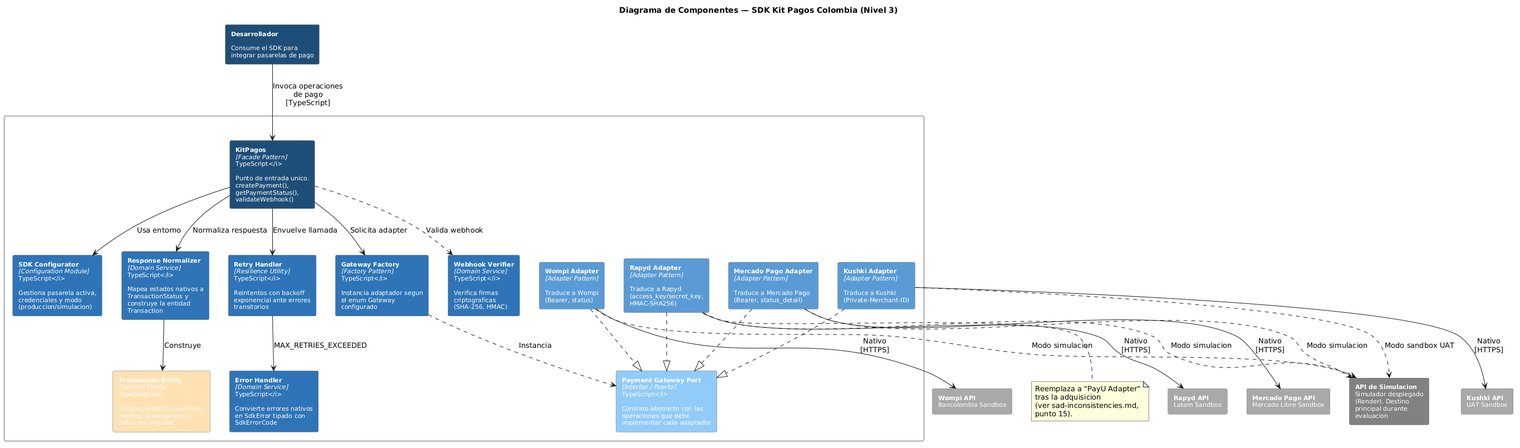
The PlantUML diagram docs/architecture/SDK/Component Diagram - C4.png in PurosBrothers/Kit-Pagos-Colombia---Tesis, before a commit.
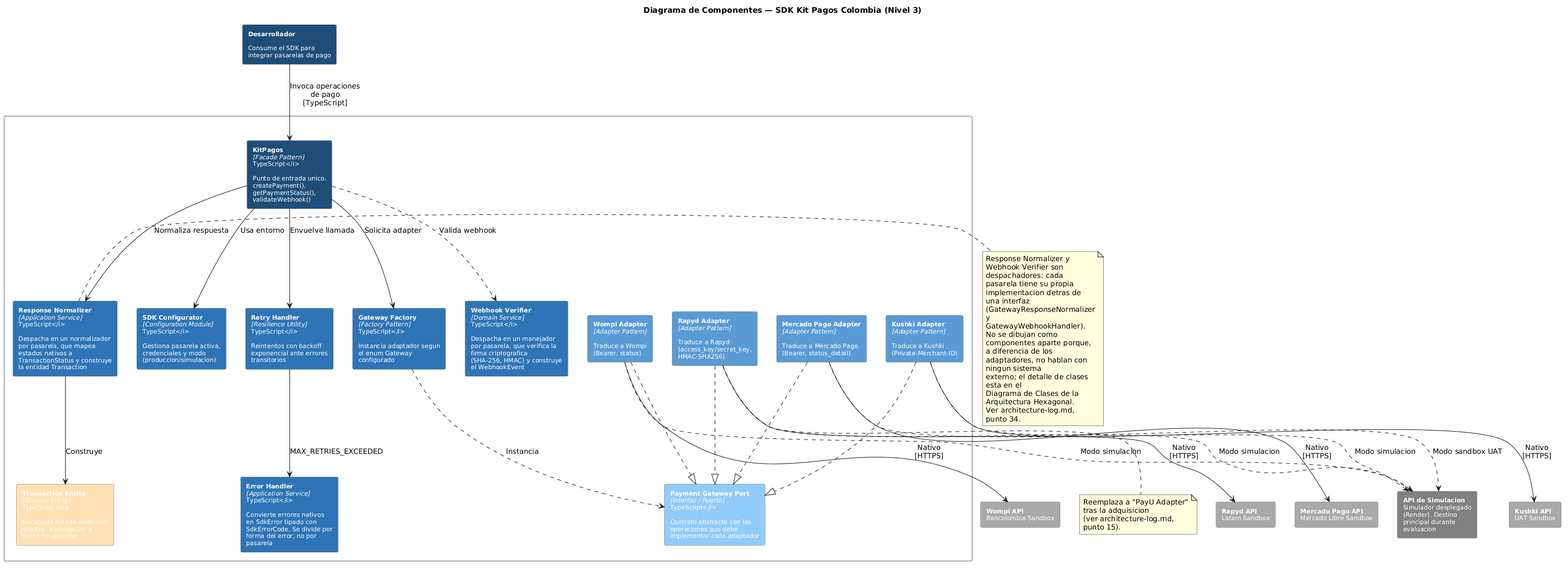
After the commit.

Commit message:
docs(architecture): regenerate SDK diagrams for the per-gateway split

Diff of the diagram source:
```diff
@@ -17,10 +17,10 @@
   rectangle "**Gateway Factory**\n<i>[Factory Pattern]\nTypeScript</i>\n\nInstancia adaptador segun\nel enum Gateway\nconfigurado" as Factory #2E75B6
   rectangle "**Payment Gateway Port**\n<i>[Interfaz / Puerto]\nTypeScript</i>\n\nContrato abstracto con las\noperaciones que debe\nimplementar cada adaptador" as Port #90CAF9
 
-  rectangle "**Response Normalizer**\n<i>[Domain Service]\nTypeScript</i>\n\nMapea estados nativos a\nTransactionStatus y\nconstruye la entidad\nTransaction" as Normalizer #2E75B6
+  rectangle "**Response Normalizer**\n<i>[Application Service]\nTypeScript</i>\n\nDespacha en un normalizador\npor pasarela, que mapea\nestados nativos a\nTransactionStatus y construye\nla entidad Transaction" as Normalizer #2E75B6
   rectangle "**Retry Handler**\n<i>[Resilience Utility]\nTypeScript</i>\n\nReintentos con backoff\nexponencial ante errores\ntransitorios" as Retry #2E75B6
-  rectangle "**Error Handler**\n<i>[Domain Service]\nTypeScript</i>\n\nConvierte errores nativos\nen SdkError tipado con\nSdkErrorCode" as ErrorHandler #2E75B6
-  rectangle "**Webhook Verifier**\n<i>[Domain Service]\nTypeScript</i>\n\nVerifica firmas\ncriptograficas\n(SHA-256, HMAC)" as Webhook #2E75B6
+  rectangle "**Error Handler**\n<i>[Application Service]\nTypeScript</i>\n\nConvierte errores nativos\nen SdkError tipado con\nSdkErrorCode. Se divide por\nforma del error, no por\npasarela" as ErrorHandler #2E75B6
+  rectangle "**Webhook Verifier**\n<i>[Domain Service]\nTypeScript</i>\n\nDespacha en un manejador\npor pasarela, que verifica la\nfirma criptografica\n(SHA-256, HMAC) y construye\nel WebhookEvent" as Webhook #2E75B6
   rectangle "**Transaction Entity**\n<i>[Domain Entity]\nTypeScript</i>\n\nEncapsula estado unificado,\nmontos, autorizacion y\ndatos del pagador" as Transaction #FFE0B2
 
   rectangle "**Wompi Adapter**\n<i>[Adapter Pattern]</i>\n\nTraduce a Wompi\n(Bearer, status)" as WompiAdapter #5B9BD5
@@ -64,6 +64,19 @@
 
 note bottom of RapydAdapter
   Reemplaza a "PayU Adapter" tras la adquisicion
-  (ver sad-inconsistencies.md, punto 15).
+  (ver architecture-log.md, punto 15).
+end note
+
+note right of Normalizer
+  Response Normalizer y Webhook Verifier son
+  despachadores: cada pasarela tiene su propia
+  implementacion detras de una interfaz
+  (GatewayResponseNormalizer y
+  GatewayWebhookHandler). No se dibujan como
+  componentes aparte porque, a diferencia de los
+  adaptadores, no hablan con ningun sistema
+  externo; el detalle de clases esta en el
+  Diagrama de Clases de la Arquitectura Hexagonal.
+  Ver architecture-log.md, punto 34.
 end note
 @enduml
```
